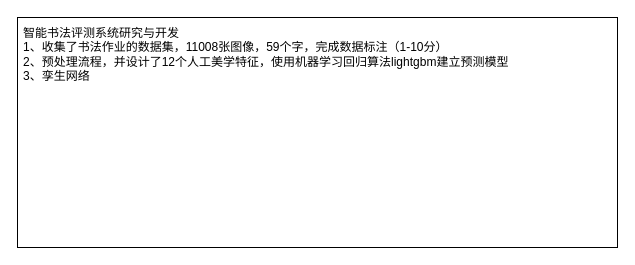
limpid-11/drawio keeps this draw.io diagram as shufa.drawio. Above is the earlier version. Source tidied: cells renumbered, new cells numbered last; positions are measured from the earlier drawing's top-left corner, leaving out a move shared by most shapes. Both pictures are drawn from the tidied source at 100%, with x=0, y=0 at pixel (17, 17).
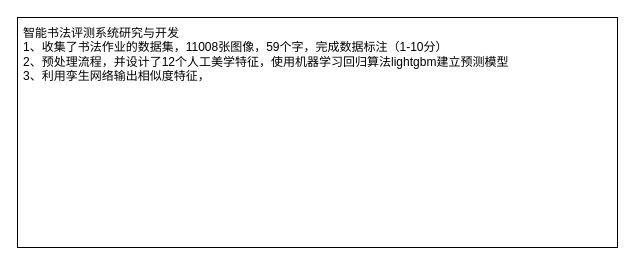
The same page after the edit.

The edit, as a diff of the source:
```diff
@@
 <mxGraphModel>
   <root>
     <mxCell id="0" />
     <mxCell id="1" parent="0" />
-    <mxCell id="2" value="智能书法评测系统研究与开发&lt;div&gt;1、收集了书法作业的数据集，11008张图像，59个字，完成数据标注（1-10分）&lt;/div&gt;&lt;div&gt;2、预处理流程，并设计了12个人工美学特征，使用机器学习回归算法lightgbm建立预测模型&lt;/div&gt;&lt;div&gt;3、孪生网络&lt;/div&gt;" style="rounded=0;whiteSpace=wrap;html=1;align=left;verticalAlign=top;spacingTop=2;spacingLeft=4;" parent="1" vertex="1">
+    <mxCell id="2" value="智能书法评测系统研究与开发&lt;div&gt;1、收集了书法作业的数据集，11008张图像，59个字，完成数据标注（1-10分）&lt;/div&gt;&lt;div&gt;2、预处理流程，并设计了12个人工美学特征，使用机器学习回归算法lightgbm建立预测模型&lt;/div&gt;&lt;div&gt;3、利用孪生网络输出相似度特征，&lt;/div&gt;" style="rounded=0;whiteSpace=wrap;html=1;align=left;verticalAlign=top;spacingTop=2;spacingLeft=4;" parent="1" vertex="1">
       <mxGeometry width="600" height="230" as="geometry" />
     </mxCell>
   </root>
 </mxGraphModel>
```
